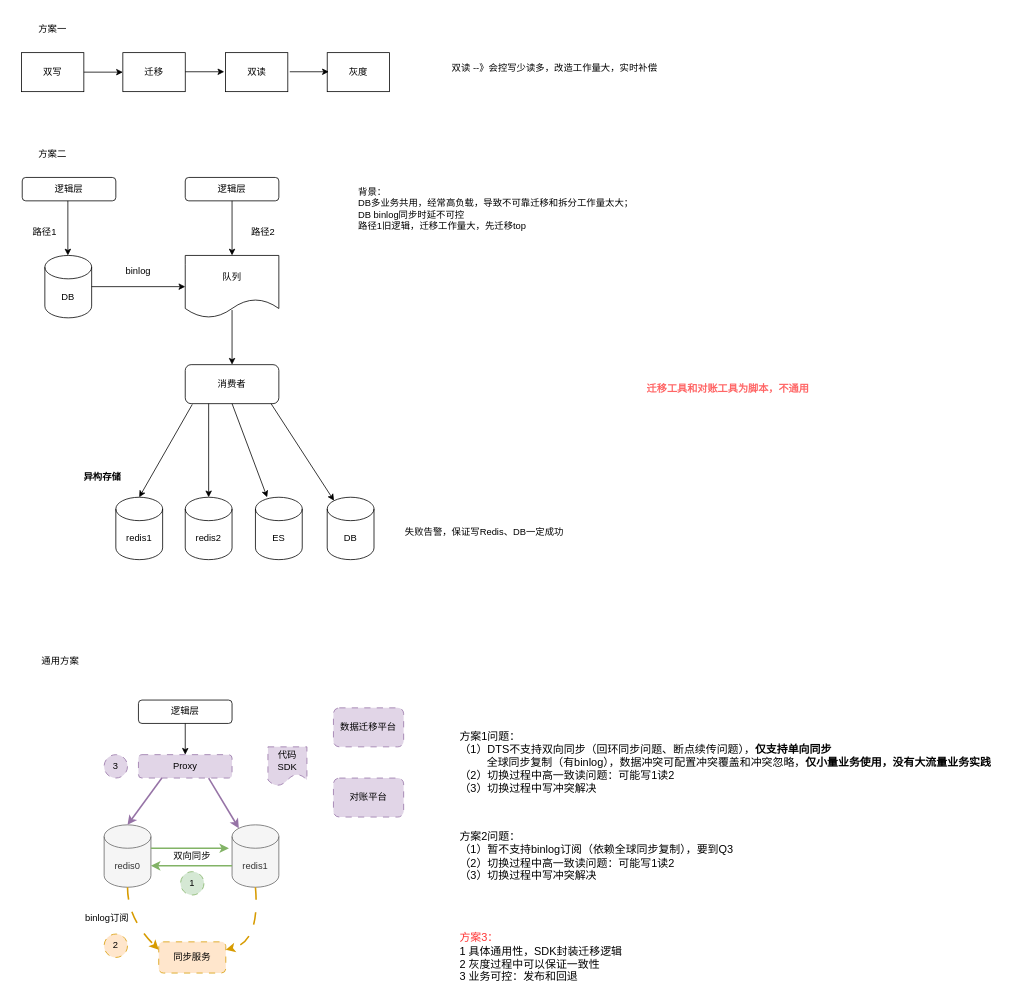
Before: arch/通用迁移方案.drawio in melonshell/draw.io, a draw.io diagram. Source tidied: cells renumbered, new cells numbered last; positions are measured from the earlier drawing's top-left corner, leaving out a move shared by most shapes. Both pictures are drawn from the tidied source at 78%, with x=0, y=0 at pixel (13, 13).
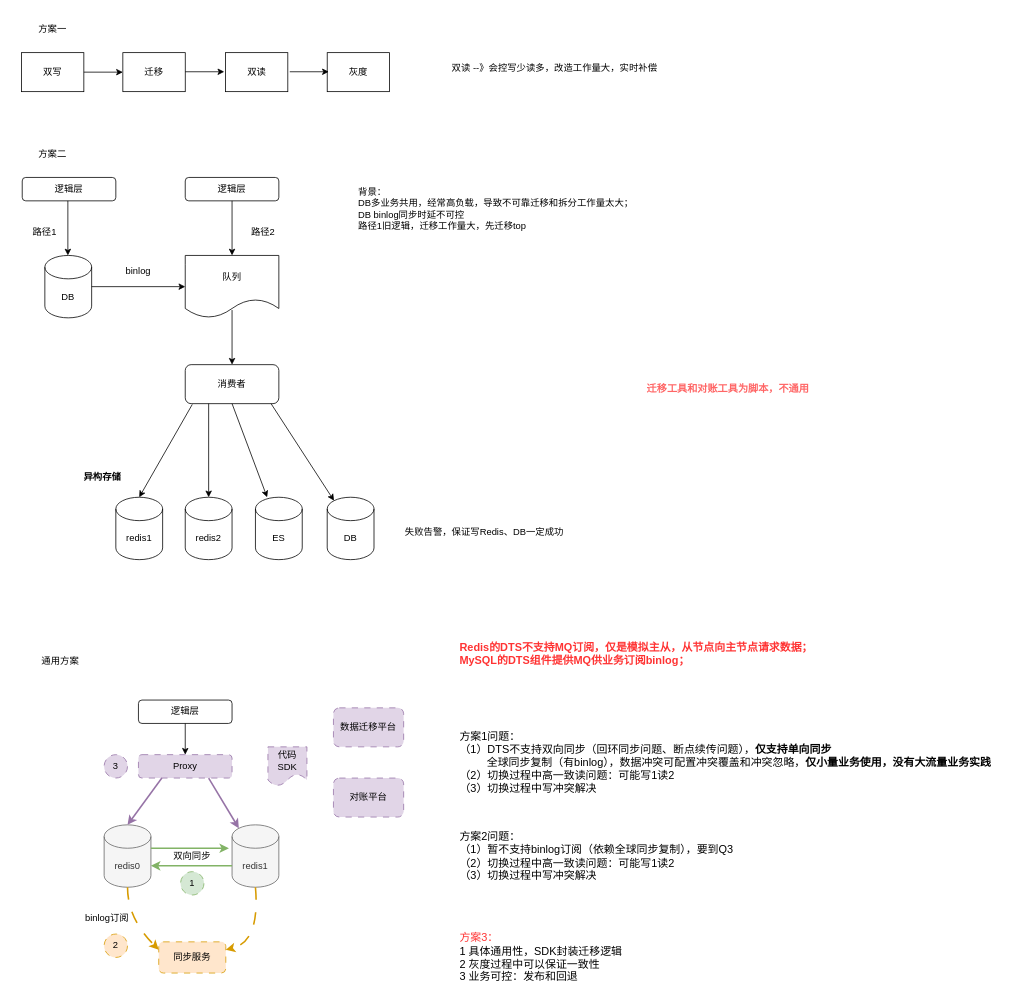
The same page after the edit.

Commit message:
更新通用迁移方案.drawio

The edit, as a diff of the source:
```diff
@@
+    <mxCell id="60" value="&lt;font color=&quot;#ff3333&quot; style=&quot;font-size: 14px;&quot;&gt;&lt;b style=&quot;&quot;&gt;Redis的DTS不支持MQ订阅，仅是模拟主从，从节点向主节点请求数据；&lt;br&gt;&lt;/b&gt;&lt;b style=&quot;border-color: var(--border-color);&quot;&gt;MySQL的DTS组件提供MQ供业务订阅binlog；&lt;/b&gt;&lt;/font&gt;&lt;span style=&quot;font-size: 14px;&quot;&gt;&lt;b&gt;&lt;br&gt;&lt;/b&gt;&lt;/span&gt;" style="rounded=0;whiteSpace=wrap;html=1;fillColor=none;strokeColor=none;align=left;" parent="1" vertex="1">
+      <mxGeometry x="569.5" y="780" width="460.5" height="80" as="geometry" />
+    </mxCell>
```
